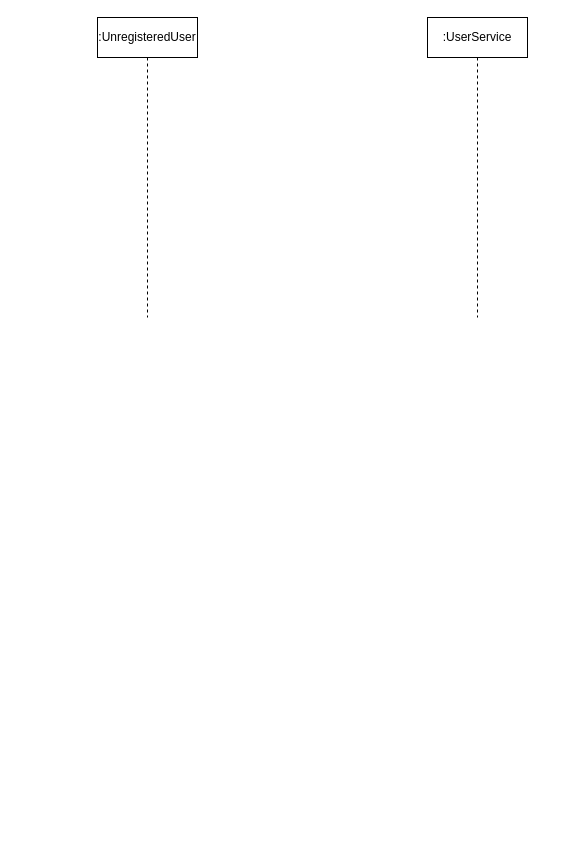
trentonwhite91/TASK-MANAGER-APP-PARENT keeps this draw.io diagram as docs/diagrams/task_manager_app_uc8_ssd.drawio. Above is the earlier version. Source tidied: cells renumbered, new cells numbered last; positions are measured from the earlier drawing's top-left corner, leaving out a move shared by most shapes. Both pictures are drawn from the tidied source at 100%, with x=0, y=0 at pixel (97, 17).
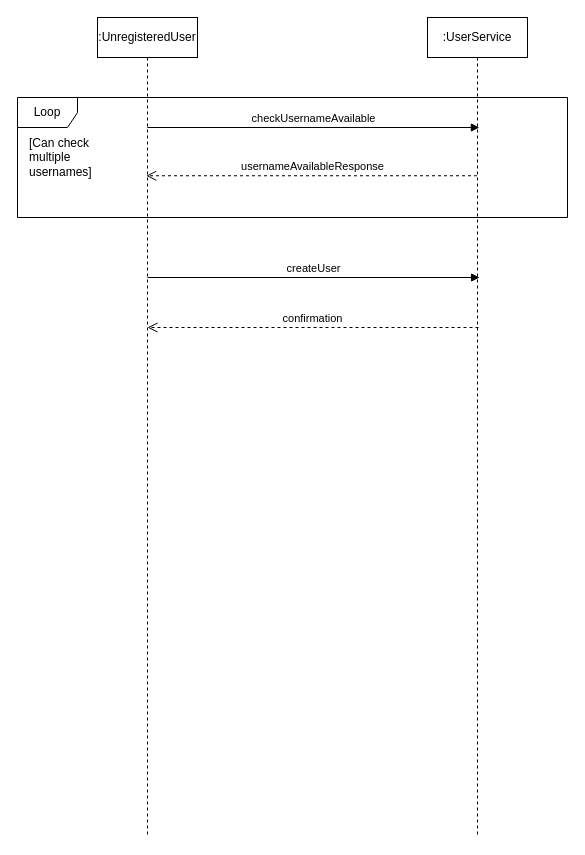
Above is the later version.

Diff of the diagram source:
```diff
@@
 <mxGraphModel>
   <root>
     <mxCell id="0" />
     <mxCell id="1" parent="0" />
+    <mxCell id="4" value="Loop" style="shape=umlFrame;whiteSpace=wrap;html=1;" parent="1" vertex="1">
+      <mxGeometry x="-80" y="80" width="550" height="120" as="geometry" />
+    </mxCell>
     <mxCell id="2" value=":UnregisteredUser" style="shape=umlLifeline;perimeter=lifelinePerimeter;whiteSpace=wrap;html=1;outlineConnect=0;portConstraint=eastwest;newEdgeStyle={&quot;curved&quot;:0,&quot;rounded&quot;:0};" parent="1" vertex="1">
-      <mxGeometry width="100" height="300" as="geometry" />
+      <mxGeometry width="100" height="820" as="geometry" />
     </mxCell>
     <mxCell id="3" value=":UserService" style="shape=umlLifeline;perimeter=lifelinePerimeter;whiteSpace=wrap;html=1;outlineConnect=0;portConstraint=eastwest;newEdgeStyle={&quot;curved&quot;:0,&quot;rounded&quot;:0};" parent="1" vertex="1">
-      <mxGeometry x="330" width="100" height="300" as="geometry" />
+      <mxGeometry x="330" width="100" height="820" as="geometry" />
     </mxCell>
+    <mxCell id="5" value="checkUsernameAvailable" style="html=1;verticalAlign=bottom;endArrow=block;curved=0;rounded=0;entryX=0.519;entryY=0.35;entryDx=0;entryDy=0;entryPerimeter=0;" parent="1" edge="1">
+      <mxGeometry relative="1" as="geometry">
+        <mxPoint x="49.8" y="110" as="sourcePoint" />
+        <mxPoint x="381.9" y="110" as="targetPoint" />
+      </mxGeometry>
+    </mxCell>
+    <mxCell id="6" value="usernameAvailableResponse" style="html=1;verticalAlign=bottom;endArrow=open;dashed=1;endSize=8;curved=0;rounded=0;entryX=0.487;entryY=0.193;entryDx=0;entryDy=0;entryPerimeter=0;" parent="1" edge="1" source="3" target="2">
+      <mxGeometry relative="1" as="geometry" />
+    </mxCell>
+    <mxCell id="7" value="[Can check multiple usernames]" style="text;html=1;align=left;verticalAlign=middle;whiteSpace=wrap;rounded=0;" parent="1" vertex="1">
+      <mxGeometry x="-70" y="110" width="100" height="60" as="geometry" />
+    </mxCell>
+    <mxCell id="8" value="createUser" style="html=1;verticalAlign=bottom;endArrow=block;curved=0;rounded=0;entryX=0.519;entryY=0.35;entryDx=0;entryDy=0;entryPerimeter=0;" parent="1" edge="1">
+      <mxGeometry relative="1" as="geometry">
+        <mxPoint x="50" y="260" as="sourcePoint" />
+        <mxPoint x="382.1" y="260" as="targetPoint" />
+      </mxGeometry>
+    </mxCell>
+    <mxCell id="9" value="confirmation" style="html=1;verticalAlign=bottom;endArrow=open;dashed=1;endSize=8;curved=0;rounded=0;entryX=0.487;entryY=0.193;entryDx=0;entryDy=0;entryPerimeter=0;" parent="1" edge="1">
+      <mxGeometry relative="1" as="geometry">
+        <mxPoint x="381" y="310" as="sourcePoint" />
+        <mxPoint x="50" y="310" as="targetPoint" />
+      </mxGeometry>
+    </mxCell>
   </root>
 </mxGraphModel>
```
